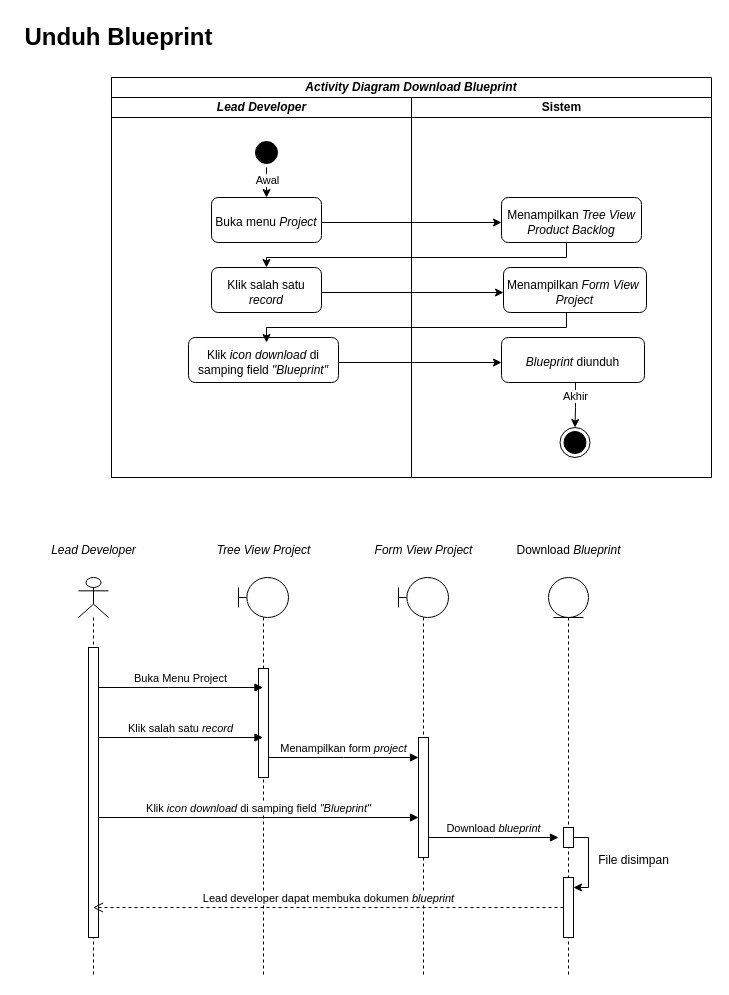
Earlier version of the draw.io diagram page "Halaman-7" (7 of 9) of Diagram Tanpa Judul.drawio (raldawiyahh/alda-resolusi). Source tidied: cells renumbered, new cells numbered last; positions are measured from the earlier drawing's top-left corner, leaving out a move shared by most shapes. Both pictures are drawn from the tidied source at 100%, with x=0, y=0 at pixel (17, 17).
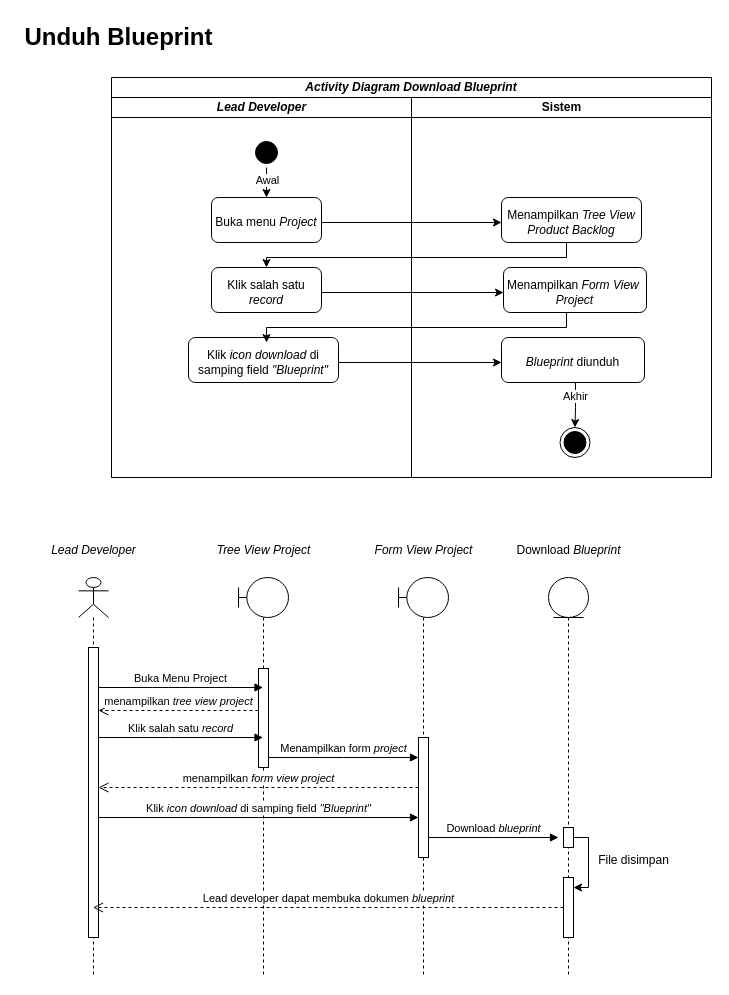
The same diagram, later.

The change refers to these unchanged cells:
```xml
<mxCell id="36" style="html=1;points=[];perimeter=orthogonalPerimeter;outlineConnect=0;targetShapes=umlLifeline;portConstraint=eastwest;newEdgeStyle={&quot;edgeStyle&quot;:&quot;elbowEdgeStyle&quot;,&quot;elbow&quot;:&quot;vertical&quot;,&quot;curved&quot;:0,&quot;rounded&quot;:0};" parent="35" vertex="1">
  <mxGeometry x="10" y="70" width="10" height="290" as="geometry" />
</mxCell>
<mxCell id="38" style="shape=umlLifeline;perimeter=lifelinePerimeter;whiteSpace=wrap;html=1;outlineConnect=0;portConstraint=eastwest;newEdgeStyle={&quot;edgeStyle&quot;:&quot;elbowEdgeStyle&quot;,&quot;elbow&quot;:&quot;vertical&quot;,&quot;curved&quot;:0,&quot;rounded&quot;:0};participant=umlBoundary;" parent="1" vertex="1">
  <mxGeometry x="221" y="560" width="50" height="400" as="geometry" />
</mxCell>
```

Change to the diagram source:
```diff
@@
     <mxCell id="39" style="html=1;perimeter=orthogonalPerimeter;targetShapes=umlLifeline;newEdgeStyle={&quot;edgeStyle&quot;:&quot;elbowEdgeStyle&quot;,&quot;elbow&quot;:&quot;vertical&quot;,&quot;curved&quot;:0,&quot;rounded&quot;:0};" parent="38" vertex="1">
-      <mxGeometry x="20" y="91" width="10" height="109" as="geometry" />
+      <mxGeometry x="20" y="91" width="10" height="99" as="geometry" />
     </mxCell>
@@
+    <mxCell id="56" value="menampilkan &lt;i&gt;tree view project&lt;/i&gt;" style="html=1;verticalAlign=bottom;endArrow=open;dashed=1;endSize=8;edgeStyle=elbowEdgeStyle;elbow=vertical;curved=0;rounded=0;" parent="1" edge="1">
+      <mxGeometry relative="1" as="geometry">
+        <mxPoint x="241" y="693" as="sourcePoint" />
+        <mxPoint x="81" y="693" as="targetPoint" />
+      </mxGeometry>
+    </mxCell>
+    <mxCell id="57" value="menampilkan &lt;i&gt;form view project&lt;/i&gt;" style="html=1;verticalAlign=bottom;endArrow=open;dashed=1;endSize=8;edgeStyle=elbowEdgeStyle;elbow=vertical;curved=0;rounded=0;" parent="1" edge="1" target="36">
+      <mxGeometry relative="1" as="geometry">
+        <mxPoint x="401" y="770" as="sourcePoint" />
+      </mxGeometry>
+    </mxCell>
```
